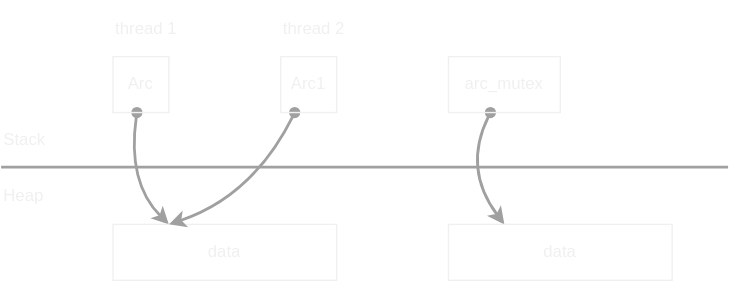
htgithub194/self-study keeps this draw.io diagram as docs/rust/memory_layout/images/atomic_rc.drawio.svg. Above is the earlier version. Source tidied: cells renumbered, new cells last; positions are measured from the earlier drawing's top-left corner, leaving out a move shared by most shapes.
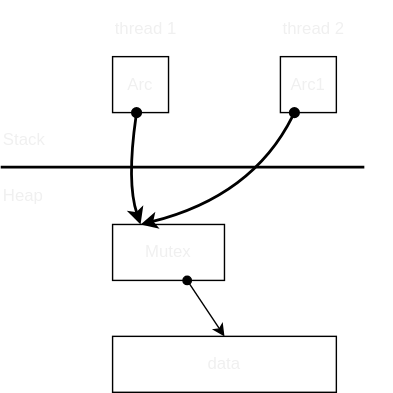
The same diagram one commit later.

Diff of the diagram source:
```diff
@@ -2,58 +2,51 @@
   <root>
     <mxCell id="0" />
     <mxCell id="1" parent="0" />
-    <mxCell id="2" value="Stack" style="text;html=1;strokeColor=none;fillColor=none;align=left;verticalAlign=middle;whiteSpace=wrap;rounded=0;fontColor=#F0F0F0;" parent="1" vertex="1">
+    <mxCell id="2" value="Stack" style="text;html=1;strokeColor=none;fillColor=none;align=left;verticalAlign=middle;whiteSpace=wrap;rounded=0;fontColor=light-dark(#F0F0F0,#F0F0F0);" parent="1" vertex="1">
       <mxGeometry y="80" width="80" height="40" as="geometry" />
     </mxCell>
-    <mxCell id="3" value="Heap" style="text;html=1;strokeColor=none;fillColor=none;align=left;verticalAlign=middle;whiteSpace=wrap;rounded=0;fontColor=#F0F0F0;" parent="1" vertex="1">
+    <mxCell id="3" value="Heap" style="text;html=1;strokeColor=none;fillColor=none;align=left;verticalAlign=middle;whiteSpace=wrap;rounded=0;fontColor=light-dark(#F0F0F0,#F0F0F0);" parent="1" vertex="1">
       <mxGeometry y="120" width="80" height="40" as="geometry" />
     </mxCell>
-    <mxCell id="4" value="thread 1" style="text;html=1;strokeColor=none;fillColor=none;align=left;verticalAlign=middle;whiteSpace=wrap;rounded=0;fontColor=#F0F0F0;" parent="1" vertex="1">
+    <mxCell id="4" value="thread 1" style="text;html=1;strokeColor=none;fillColor=none;align=left;verticalAlign=middle;whiteSpace=wrap;rounded=0;fontColor=light-dark(#F0F0F0,#F0F0F0);" parent="1" vertex="1">
       <mxGeometry x="80" width="80" height="40" as="geometry" />
     </mxCell>
-    <mxCell id="5" style="edgeStyle=none;curved=1;html=1;entryX=0.25;entryY=0;entryDx=0;entryDy=0;strokeColor=#A0A0A0;strokeWidth=2;startArrow=oval;startFill=1;targetPerimeterSpacing=10;fontColor=#F0F0F0;" parent="1" edge="1" source="6" target="7">
+    <mxCell id="5" style="edgeStyle=none;curved=1;html=1;entryX=0.25;entryY=0;entryDx=0;entryDy=0;strokeColor=default;strokeWidth=2;startArrow=oval;startFill=1;targetPerimeterSpacing=10;fontColor=light-dark(#F0F0F0,#F0F0F0);" parent="1" edge="1" source="6" target="7">
       <mxGeometry relative="1" as="geometry">
         <Array as="points">
           <mxPoint x="90" y="130" />
         </Array>
       </mxGeometry>
     </mxCell>
-    <mxCell id="6" value="Arc" style="rounded=0;whiteSpace=wrap;html=1;flipH=1;flipV=1;fillColor=none;fontColor=#F0F0F0;strokeColor=#F0F0F0;" parent="1" vertex="1">
+    <mxCell id="6" value="Arc" style="rounded=0;whiteSpace=wrap;html=1;flipH=1;flipV=1;fillColor=none;fontColor=light-dark(#F0F0F0,#F0F0F0);strokeColor=default;" parent="1" vertex="1">
       <mxGeometry x="80" y="40" width="40" height="40" as="geometry" />
     </mxCell>
+    <mxCell id="15" style="edgeStyle=none;html=1;entryX=0.5;entryY=0;entryDx=0;entryDy=0;strokeColor=default;startArrow=oval;startFill=1;" parent="1" edge="1" source="7" target="13">
+      <mxGeometry relative="1" as="geometry" />
+    </mxCell>
-    <mxCell id="7" value="data" style="rounded=0;whiteSpace=wrap;html=1;flipH=1;flipV=1;fillColor=none;fontColor=#F0F0F0;strokeColor=#F0F0F0;" parent="1" vertex="1">
-      <mxGeometry x="80" y="160" width="160" height="40" as="geometry" />
+    <mxCell id="7" value="Mutex" style="rounded=0;whiteSpace=wrap;html=1;flipH=1;flipV=1;fillColor=none;fontColor=light-dark(#F0F0F0,#F0F0F0);strokeColor=default;" parent="1" vertex="1">
+      <mxGeometry x="80" y="160" width="80" height="40" as="geometry" />
     </mxCell>
-    <mxCell id="8" style="edgeStyle=none;curved=1;html=1;entryX=0.25;entryY=0;entryDx=0;entryDy=0;strokeColor=#A0A0A0;strokeWidth=2;startArrow=oval;startFill=1;targetPerimeterSpacing=10;fontColor=#F0F0F0;" parent="1" edge="1" source="9" target="7">
+    <mxCell id="8" style="edgeStyle=none;curved=1;html=1;entryX=0.25;entryY=0;entryDx=0;entryDy=0;strokeColor=default;strokeWidth=2;startArrow=oval;startFill=1;targetPerimeterSpacing=10;fontColor=light-dark(#F0F0F0,#F0F0F0);" parent="1" edge="1" source="9" target="7">
       <mxGeometry relative="1" as="geometry">
         <Array as="points">
           <mxPoint x="180" y="140" />
         </Array>
       </mxGeometry>
     </mxCell>
-    <mxCell id="9" value="Arc1" style="rounded=0;whiteSpace=wrap;html=1;flipH=1;flipV=1;fillColor=none;fontColor=#F0F0F0;strokeColor=#F0F0F0;" parent="1" vertex="1">
+    <mxCell id="9" value="Arc1" style="rounded=0;whiteSpace=wrap;html=1;flipH=1;flipV=1;fillColor=none;fontColor=light-dark(#F0F0F0,#F0F0F0);strokeColor=default;" parent="1" vertex="1">
       <mxGeometry x="200" y="40" width="40" height="40" as="geometry" />
     </mxCell>
-    <mxCell id="10" value="thread 2" style="text;html=1;strokeColor=none;fillColor=none;align=left;verticalAlign=middle;whiteSpace=wrap;rounded=0;fontColor=#F0F0F0;" parent="1" vertex="1">
+    <mxCell id="10" value="thread 2" style="text;html=1;strokeColor=none;fillColor=none;align=left;verticalAlign=middle;whiteSpace=wrap;rounded=0;fontColor=light-dark(#F0F0F0,#F0F0F0);" parent="1" vertex="1">
       <mxGeometry x="200" width="80" height="40" as="geometry" />
     </mxCell>
-    <mxCell id="11" style="edgeStyle=none;curved=1;html=1;entryX=0.25;entryY=0;entryDx=0;entryDy=0;strokeColor=#A0A0A0;strokeWidth=2;fontSize=11;startArrow=oval;startFill=1;targetPerimeterSpacing=10;fontColor=#F0F0F0;" parent="1" edge="1" source="12" target="13">
-      <mxGeometry relative="1" as="geometry">
-        <Array as="points">
-          <mxPoint x="330" y="120" />
-        </Array>
-      </mxGeometry>
-    </mxCell>
-    <mxCell id="12" value="arc_mutex" style="rounded=0;whiteSpace=wrap;html=1;flipH=1;flipV=1;fillColor=none;fontColor=#F0F0F0;strokeColor=#F0F0F0;" parent="1" vertex="1">
-      <mxGeometry x="320" y="40" width="80" height="40" as="geometry" />
-    </mxCell>
-    <mxCell id="13" value="data" style="rounded=0;whiteSpace=wrap;html=1;flipH=1;flipV=1;fillColor=none;fontColor=#F0F0F0;strokeColor=#F0F0F0;" parent="1" vertex="1">
-      <mxGeometry x="320" y="160" width="160" height="40" as="geometry" />
+    <mxCell id="13" value="data" style="rounded=0;whiteSpace=wrap;html=1;flipH=1;flipV=1;fillColor=none;fontColor=light-dark(#F0F0F0,#F0F0F0);strokeColor=default;" parent="1" vertex="1">
+      <mxGeometry x="80" y="240" width="160" height="40" as="geometry" />
     </mxCell>
-    <mxCell id="14" style="endArrow=none;html=1;strokeColor=#A0A0A0;strokeWidth=2;" parent="1" edge="1">
+    <mxCell id="14" style="endArrow=none;html=1;strokeColor=default;strokeWidth=2;fontColor=light-dark(#F0F0F0,#F0F0F0);" parent="1" edge="1">
       <mxGeometry relative="1" as="geometry">
         <mxPoint y="119" as="sourcePoint" />
-        <mxPoint x="520" y="119" as="targetPoint" />
+        <mxPoint x="260" y="119" as="targetPoint" />
       </mxGeometry>
     </mxCell>
   </root>
```
